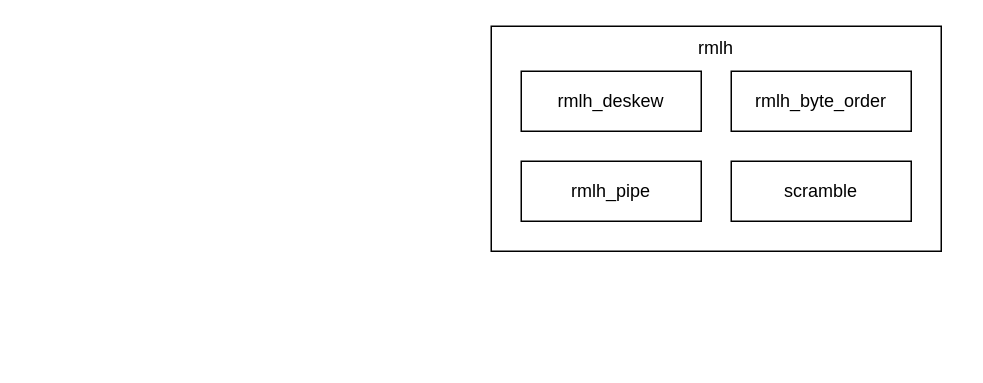
Earlier version of the draw.io diagram page "rmlh" (3 of 11) of Arch.drawio (chen-lekai-7/test). Source tidied: cells renumbered, new cells numbered last; positions are measured from the earlier drawing's top-left corner, leaving out a move shared by most shapes. Both pictures are drawn from the tidied source at 150%, with x=0, y=0 at pixel (490, 26).
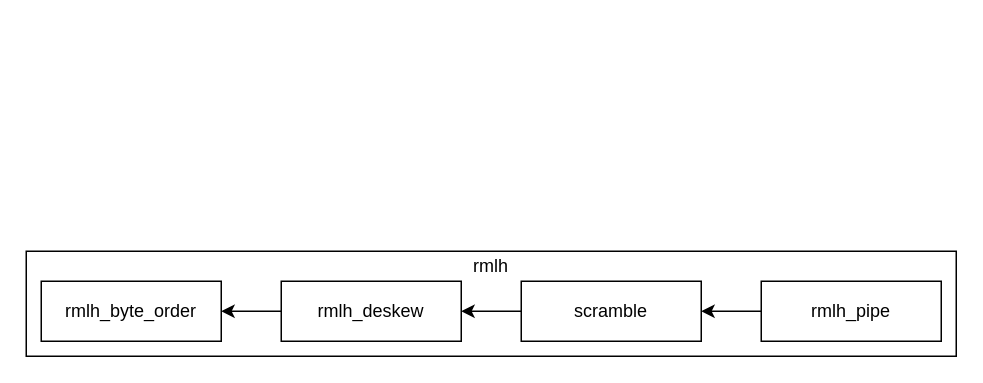
After the change.

Diff of the diagram source:
```diff
@@
 <mxGraphModel>
   <root>
     <mxCell id="0" />
     <mxCell id="1" parent="0" />
     <mxCell id="2" style="rounded=0;whiteSpace=wrap;html=1;" parent="1" vertex="1">
-      <mxGeometry width="300" height="150" as="geometry" />
+      <mxGeometry x="-310" y="150" width="620" height="70" as="geometry" />
     </mxCell>
     <mxCell id="3" value="rmlh_byte_order" style="rounded=0;whiteSpace=wrap;html=1;" parent="1" vertex="1">
-      <mxGeometry x="160" y="30" width="120" height="40" as="geometry" />
+      <mxGeometry x="-300" y="170" width="120" height="40" as="geometry" />
     </mxCell>
+    <mxCell id="8" style="edgeStyle=orthogonalEdgeStyle;rounded=0;jettySize=auto;html=1;entryX=1;entryY=0.5;entryDx=0;entryDy=0;" parent="1" edge="1" source="4" target="3">
+      <mxGeometry relative="1" as="geometry" />
+    </mxCell>
     <mxCell id="4" value="rmlh_deskew" style="rounded=0;whiteSpace=wrap;html=1;" parent="1" vertex="1">
-      <mxGeometry x="20" y="30" width="120" height="40" as="geometry" />
+      <mxGeometry x="-140" y="170" width="120" height="40" as="geometry" />
     </mxCell>
+    <mxCell id="9" style="edgeStyle=orthogonalEdgeStyle;rounded=0;jettySize=auto;html=1;entryX=1;entryY=0.5;entryDx=0;entryDy=0;" parent="1" edge="1" source="5" target="6">
+      <mxGeometry relative="1" as="geometry" />
+    </mxCell>
     <mxCell id="5" value="rmlh_pipe" style="rounded=0;whiteSpace=wrap;html=1;" parent="1" vertex="1">
-      <mxGeometry x="20" y="90" width="120" height="40" as="geometry" />
+      <mxGeometry x="180" y="170" width="120" height="40" as="geometry" />
     </mxCell>
+    <mxCell id="10" style="edgeStyle=orthogonalEdgeStyle;rounded=0;jettySize=auto;html=1;entryX=1;entryY=0.5;entryDx=0;entryDy=0;" parent="1" edge="1" source="6" target="4">
+      <mxGeometry relative="1" as="geometry" />
+    </mxCell>
     <mxCell id="6" value="scramble" style="rounded=0;whiteSpace=wrap;html=1;" parent="1" vertex="1">
-      <mxGeometry x="160" y="90" width="120" height="40" as="geometry" />
+      <mxGeometry x="20" y="170" width="120" height="40" as="geometry" />
     </mxCell>
     <mxCell id="7" value="rmlh" style="text;html=1;whiteSpace=wrap;strokeColor=none;fillColor=none;align=center;verticalAlign=middle;rounded=0;" parent="1" vertex="1">
-      <mxGeometry x="120" width="60" height="30" as="geometry" />
+      <mxGeometry x="-30" y="150" width="60" height="20" as="geometry" />
     </mxCell>
   </root>
 </mxGraphModel>
```
